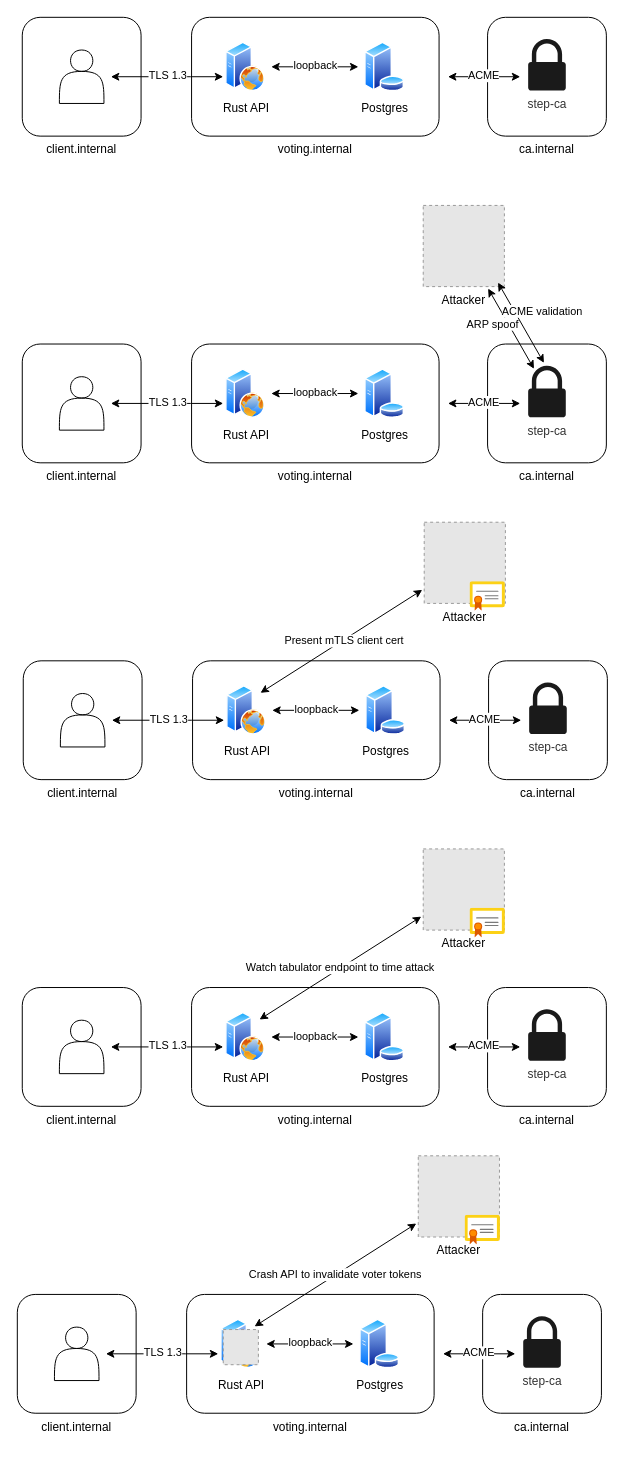
This is diagram.drawio from cs4404-mission1/ca, a draw.io file, before an edit. Source tidied: cells renumbered, new cells numbered last; positions are measured from the earlier drawing's top-left corner, leaving out a move shared by most shapes. Both pictures are drawn from the tidied source at 99%, with x=0, y=0 at pixel (17, 17). Pictures stored in the file or linked from it are replaced by grey dashed boxes.
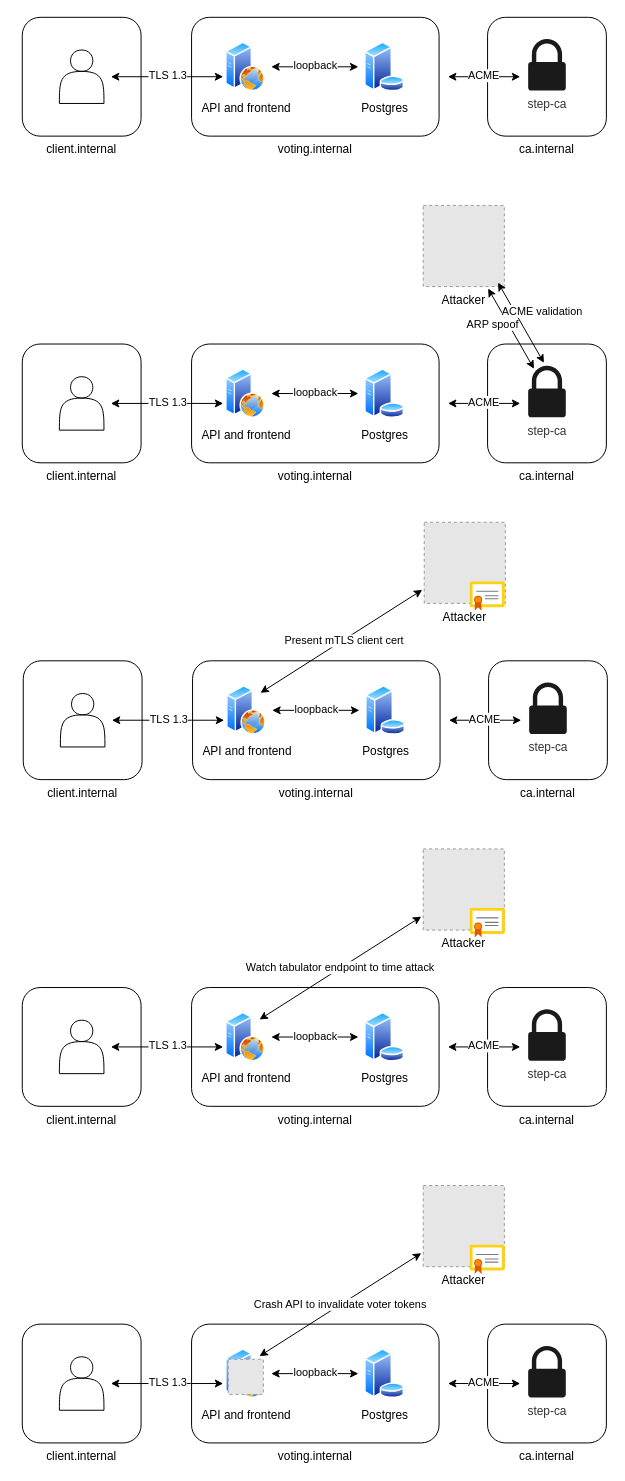
The same page after the edit.

The edit, as a diff of the source:
```diff
@@
-    <mxCell id="11" value="Rust API" style="perimeter=ellipsePerimeter;html=1;align=center;shadow=0;dashed=0;spacingTop=3;image;image=img/lib/active_directory/web_server.svg;" parent="1" vertex="1">
+    <mxCell id="11" value="API and frontend" style="perimeter=ellipsePerimeter;html=1;align=center;shadow=0;dashed=0;spacingTop=3;image;image=img/lib/active_directory/web_server.svg;" parent="1" vertex="1">
       <mxGeometry x="210.5" y="25" width="40" height="50" as="geometry" />
     </mxCell>
@@
-    <mxCell id="21" value="Rust API" style="perimeter=ellipsePerimeter;html=1;align=center;shadow=0;dashed=0;spacingTop=3;image;image=img/lib/active_directory/web_server.svg;" parent="1" vertex="1">
+    <mxCell id="21" value="API and frontend" style="perimeter=ellipsePerimeter;html=1;align=center;shadow=0;dashed=0;spacingTop=3;image;image=img/lib/active_directory/web_server.svg;" parent="1" vertex="1">
       <mxGeometry x="210.5" y="355" width="40" height="50" as="geometry" />
     </mxCell>
@@
-    <mxCell id="34" value="Rust API" style="perimeter=ellipsePerimeter;html=1;align=center;shadow=0;dashed=0;spacingTop=3;image;image=img/lib/active_directory/web_server.svg;" parent="1" vertex="1">
+    <mxCell id="34" value="API and frontend" style="perimeter=ellipsePerimeter;html=1;align=center;shadow=0;dashed=0;spacingTop=3;image;image=img/lib/active_directory/web_server.svg;" parent="1" vertex="1">
       <mxGeometry x="211.5" y="675" width="40" height="50" as="geometry" />
     </mxCell>
@@
-    <mxCell id="47" value="Rust API" style="perimeter=ellipsePerimeter;html=1;align=center;shadow=0;dashed=0;spacingTop=3;image;image=img/lib/active_directory/web_server.svg;" parent="1" vertex="1">
+    <mxCell id="47" value="API and frontend" style="perimeter=ellipsePerimeter;html=1;align=center;shadow=0;dashed=0;spacingTop=3;image;image=img/lib/active_directory/web_server.svg;" parent="1" vertex="1">
       <mxGeometry x="210.5" y="1005" width="40" height="50" as="geometry" />
     </mxCell>
@@
     <mxCell id="52" value="Attacker" style="fillColor=#E6E6E6;strokeColor=#999999;dashed=1;verticalLabelPosition=bottom;labelBackgroundColor=default;verticalAlign=top;" parent="1" vertex="1">
-      <mxGeometry x="405" y="1150" width="82" height="82" as="geometry" />
+      <mxGeometry x="410" y="1180" width="82" height="82" as="geometry" />
     </mxCell>
     <mxCell id="53" value="client.internal" style="rounded=1;whiteSpace=wrap;html=1;fillColor=none;fontColor=default;labelPosition=center;verticalLabelPosition=bottom;align=center;verticalAlign=top;" parent="1" vertex="1">
-      <mxGeometry y="1290" width="120" height="120" as="geometry" />
+      <mxGeometry x="5" y="1320" width="120" height="120" as="geometry" />
     </mxCell>
     <mxCell id="54" value="voting.internal" style="rounded=1;whiteSpace=wrap;html=1;fillColor=none;fontColor=default;labelPosition=center;verticalLabelPosition=bottom;align=center;verticalAlign=top;" parent="1" vertex="1">
-      <mxGeometry x="171" y="1290" width="250" height="120" as="geometry" />
+      <mxGeometry x="176" y="1320" width="250" height="120" as="geometry" />
     </mxCell>
     <mxCell id="55" value="ca.internal" style="rounded=1;whiteSpace=wrap;html=1;fillColor=none;fontColor=default;labelPosition=center;verticalLabelPosition=bottom;align=center;verticalAlign=top;" parent="1" vertex="1">
-      <mxGeometry x="470" y="1290" width="120" height="120" as="geometry" />
+      <mxGeometry x="475" y="1320" width="120" height="120" as="geometry" />
     </mxCell>
     <mxCell id="56" value="ACME" style="edgeStyle=orthogonalEdgeStyle;rounded=0;jettySize=auto;html=1;fontColor=default;startArrow=classic;startFill=1;sourcePerimeterSpacing=8;targetPerimeterSpacing=-3;spacingBottom=3;" parent="1" edge="1" source="57">
       <mxGeometry relative="1" as="geometry">
-        <mxPoint x="430" y="1350" as="targetPoint" />
+        <mxPoint x="435" y="1380" as="targetPoint" />
         <Array as="points">
-          <mxPoint x="540" y="1350" />
-          <mxPoint x="540" y="1350" />
+          <mxPoint x="545" y="1380" />
+          <mxPoint x="545" y="1380" />
         </Array>
       </mxGeometry>
     </mxCell>
     <mxCell id="57" value="step-ca" style="sketch=0;shadow=0;dashed=0;html=1;labelPosition=center;verticalLabelPosition=bottom;verticalAlign=top;outlineConnect=0;align=center;shape=mxgraph.office.security.lock_protected;fillColor=#1A1A1A;fontColor=#333333;strokeColor=none;" parent="1" vertex="1">
-      <mxGeometry x="511" y="1312" width="38" height="52" as="geometry" />
+      <mxGeometry x="516" y="1342" width="38" height="52" as="geometry" />
     </mxCell>
     <mxCell id="58" value="Postgres" style="perimeter=ellipsePerimeter;html=1;align=center;shadow=0;dashed=0;spacingTop=3;image;image=img/lib/active_directory/database_server.svg;" parent="1" vertex="1">
-      <mxGeometry x="345.5" y="1315" width="41" height="50" as="geometry" />
+      <mxGeometry x="350.5" y="1345" width="41" height="50" as="geometry" />
     </mxCell>
@@
-    <mxCell id="60" value="Rust API" style="perimeter=ellipsePerimeter;html=1;align=center;shadow=0;dashed=0;spacingTop=3;image;image=img/lib/active_directory/web_server.svg;" parent="1" vertex="1">
-      <mxGeometry x="205.5" y="1315" width="40" height="50" as="geometry" />
+    <mxCell id="60" value="API and frontend" style="perimeter=ellipsePerimeter;html=1;align=center;shadow=0;dashed=0;spacingTop=3;image;image=img/lib/active_directory/web_server.svg;" parent="1" vertex="1">
+      <mxGeometry x="210.5" y="1345" width="40" height="50" as="geometry" />
     </mxCell>
     <mxCell id="61" value="TLS 1.3" style="edgeStyle=orthogonalEdgeStyle;rounded=0;jettySize=auto;html=1;fontColor=default;startArrow=classic;startFill=1;sourcePerimeterSpacing=7;targetPerimeterSpacing=4;spacingBottom=3;" parent="1" edge="1" source="62" target="60">
       <mxGeometry relative="1" as="geometry">
         <Array as="points">
-          <mxPoint x="170" y="1350" />
-          <mxPoint x="170" y="1350" />
+          <mxPoint x="175" y="1380" />
+          <mxPoint x="175" y="1380" />
         </Array>
       </mxGeometry>
     </mxCell>
     <mxCell id="62" style="shape=actor;whiteSpace=wrap;html=1;fontColor=default;fillColor=none;labelPosition=center;verticalLabelPosition=bottom;align=center;verticalAlign=top;" parent="1" vertex="1">
-      <mxGeometry x="37.5" y="1323" width="45" height="54" as="geometry" />
+      <mxGeometry x="42.5" y="1353" width="45" height="54" as="geometry" />
     </mxCell>
     <mxCell id="63" style="sketch=0;html=1;align=center;image;fontSize=12;image=img/lib/mscae/Certificate.svg;fontColor=default;fillColor=none;" parent="1" vertex="1">
-      <mxGeometry x="452.3" y="1210" width="35.7" height="30" as="geometry" />
+      <mxGeometry x="457.3" y="1240" width="35.7" height="30" as="geometry" />
     </mxCell>
     <mxCell id="64" style="fillColor=#E6E6E6;strokeColor=#999999;dashed=1;html=1;verticalAlign=top;verticalLabelPosition=bottom;labelBackgroundColor=#ffffff;fontColor=default;" parent="1" vertex="1">
-      <mxGeometry x="208" y="1325.5" width="35.5" height="35.5" as="geometry" />
+      <mxGeometry x="213" y="1355.5" width="35.5" height="35.5" as="geometry" />
     </mxCell>
```
